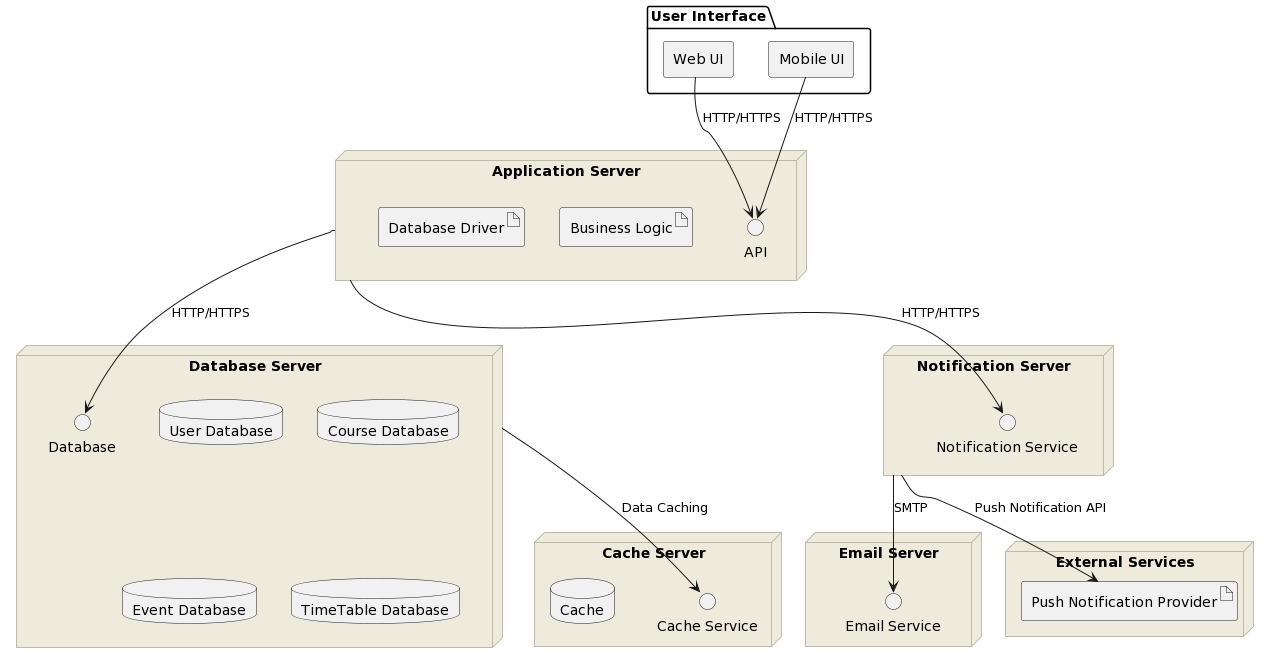
Before: SMA/lab7/pictures/deployment.png, a diagram exported from PlantUML (geekylthyosaur/lpnu).
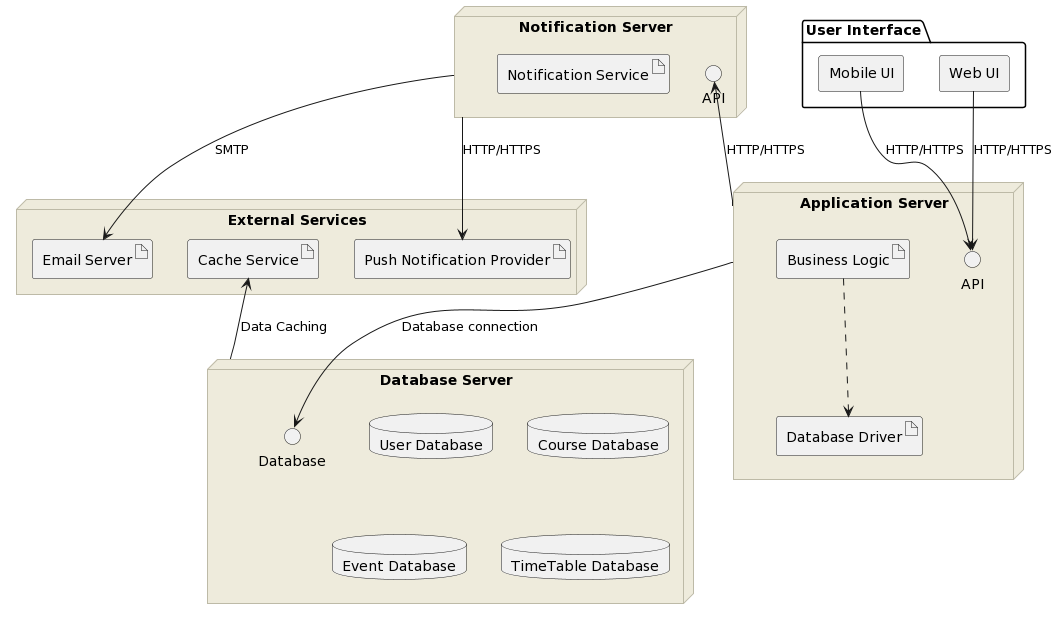
After the change.

What changed in the source:
```diff
@@ -15,6 +15,8 @@
   artifact "Database Driver" as dbDriverArtifact
 }
 
+logicArtifact ..> dbDriverArtifact
+
 node "Database Server" as dbServer {
   interface "Database" as databaseInterface
   database "User Database" as userDB
@@ -23,32 +25,26 @@
   database "TimeTable Database"
 }
 
-node "Cache Server" as cacheServer {
-  interface "Cache Service" as cacheService
-  database "Cache" as cache
-}
-
-node "Email Server" as emailServer {
-  interface "Email Service" as emailService
+node "External Services" as externalSystems {
+  artifact "Cache Service" as cacheService
+  artifact "Email Server" as emailService
+  artifact "Push Notification Provider" as pushNotificationProvider
 }
 
 node "Notification Server" as notificationServer {
-  interface "Notification Service" as notificationService
-}
-
-node "External Services" as externalSystems {
-  artifact "Push Notification Provider" as pushNotificationProvider
+  interface "API" as notificationService
+  artifact "Notification Service"
 }
 
 webUI -down-> api : HTTP/HTTPS
 mobileUI -down-> api : HTTP/HTTPS
 
-appServer --> databaseInterface : HTTP/HTTPS
+appServer -down-> databaseInterface : Database connection
 
-dbServer -down-> cacheService : Data Caching
+dbServer -up-> cacheService : Data Caching
 
 notificationServer --> emailService : SMTP
 
-appServer -down-> notificationService : HTTP/HTTPS
-notificationServer --> pushNotificationProvider : Push Notification API
+appServer -left-> notificationService : HTTP/HTTPS
+notificationServer -right-> pushNotificationProvider : HTTP/HTTPS
 @enduml
```
